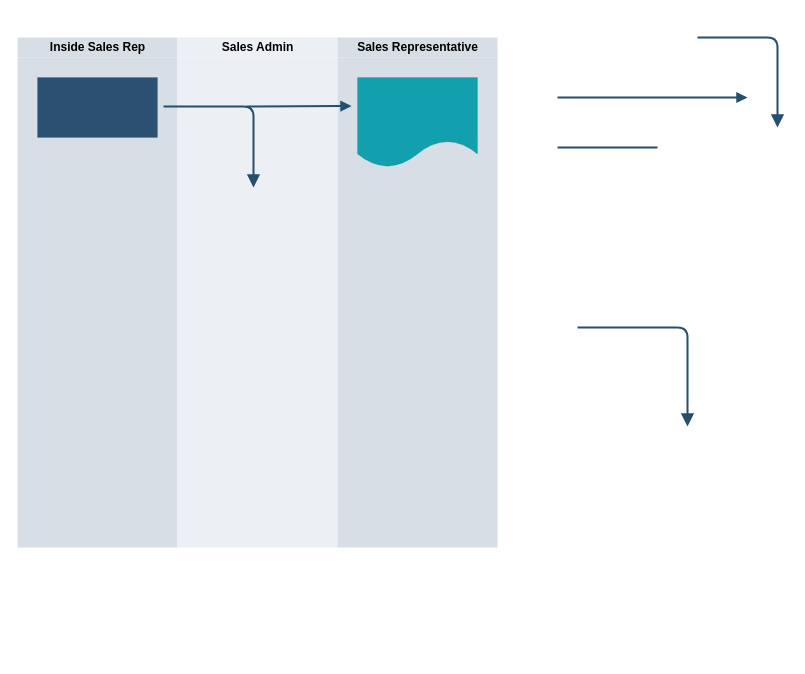
This is Untitled Diagram.drawio from faridulccr/calculator, a draw.io file, before an edit. Source tidied: cells renumbered, new cells numbered last; positions are measured from the earlier drawing's top-left corner, leaving out a move shared by most shapes. Both pictures are drawn from the tidied source at 100%, with x=0, y=0 at pixel (17, 17).
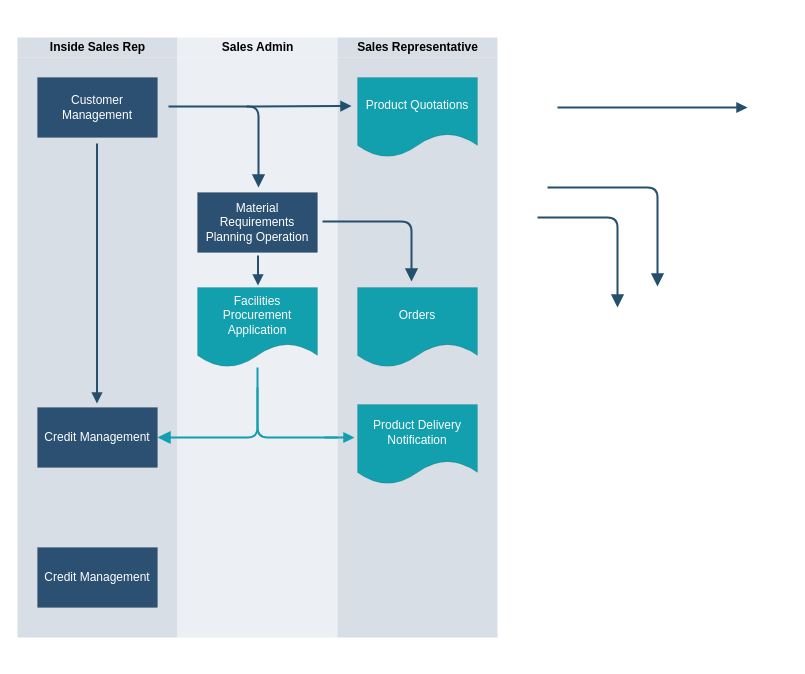
Above is the later version.

The edit, as a diff of the source:
```diff
@@
     <mxCell id="2" style="swimlane;startSize=20;html=1;fillColor=#fff;strokeWidth=0;strokeColor=none;" parent="1" vertex="1">
-      <mxGeometry width="480" height="530" as="geometry" />
+      <mxGeometry width="480" height="640" as="geometry" />
     </mxCell>
     <mxCell id="3" value="Inside Sales Rep" style="swimlane;startSize=20;html=1;fillColor=#D7DEE5;strokeWidth=0;strokeColor=none;" parent="2" vertex="1">
-      <mxGeometry y="20" width="160" height="510" as="geometry" />
+      <mxGeometry y="20" width="160" height="620" as="geometry" />
     </mxCell>
     <mxCell id="4" style="rounded=0;whiteSpace=wrap;html=1;fontFamily=Helvetica;fontSize=11;fontColor=default;strokeColor=none;fillColor=#D7DEE5;strokeWidth=0;" parent="3" vertex="1">
-      <mxGeometry y="20" width="160" height="490" as="geometry" />
+      <mxGeometry y="20" width="160" height="580" as="geometry" />
     </mxCell>
-    <mxCell id="5" style="rounded=0;whiteSpace=wrap;html=1;strokeWidth=0;perimeterSpacing=0;shadow=0;glass=0;imageWidth=20;fillColor=#2B5072;fillStyle=auto;" parent="3" vertex="1">
+    <mxCell id="5" value="&lt;font color=&quot;#ffffff&quot;&gt;Customer Management&lt;/font&gt;" style="rounded=0;whiteSpace=wrap;html=1;strokeWidth=0;perimeterSpacing=0;shadow=0;glass=0;imageWidth=20;fillColor=#2B5072;fillStyle=auto;" parent="3" vertex="1">
       <mxGeometry x="20" y="40" width="120" height="60" as="geometry" />
     </mxCell>
+    <mxCell id="17" value="&lt;font color=&quot;#ffffff&quot;&gt;Credit Management&lt;/font&gt;" style="rounded=0;whiteSpace=wrap;html=1;strokeWidth=0;perimeterSpacing=0;shadow=0;glass=0;imageWidth=20;fillColor=#2B5072;fillStyle=auto;" parent="3" vertex="1">
+      <mxGeometry x="20" y="370" width="120" height="60" as="geometry" />
+    </mxCell>
+    <mxCell id="18" value="&lt;font color=&quot;#ffffff&quot;&gt;Credit Management&lt;/font&gt;" style="rounded=0;whiteSpace=wrap;html=1;strokeWidth=0;perimeterSpacing=0;shadow=0;glass=0;imageWidth=20;fillColor=#2B5072;fillStyle=auto;" parent="3" vertex="1">
+      <mxGeometry x="20" y="510" width="120" height="60" as="geometry" />
+    </mxCell>
     <mxCell id="6" value="Sales Admin" style="swimlane;startSize=20;html=1;fillColor=#ECEFF4;strokeWidth=0;strokeColor=none;" parent="2" vertex="1">
-      <mxGeometry x="160" y="20" width="160" height="510" as="geometry" />
+      <mxGeometry x="160" y="20" width="160" height="620" as="geometry" />
     </mxCell>
     <mxCell id="7" style="rounded=0;whiteSpace=wrap;html=1;fontFamily=Helvetica;fontSize=11;fillColor=#ECEFF4;strokeColor=none;strokeWidth=0;" parent="6" vertex="1">
-      <mxGeometry y="20" width="160" height="490" as="geometry" />
+      <mxGeometry y="20" width="160" height="580" as="geometry" />
     </mxCell>
     <mxCell id="8" style="edgeStyle=segmentEdgeStyle;endArrow=none;html=1;endSize=8;startSize=8;labelBackgroundColor=default;strokeColor=#244F6D;strokeWidth=2;align=center;verticalAlign=middle;fontFamily=Helvetica;fontSize=11;fontColor=default;shape=connector;jumpStyle=none;rounded=1;endFill=0;startArrow=block;startFill=1;" parent="6" edge="1">
       <mxGeometry relative="1" as="geometry">
-        <mxPoint x="76" y="150" as="sourcePoint" />
-        <mxPoint x="-14" y="69" as="targetPoint" />
+        <mxPoint x="81" y="150" as="sourcePoint" />
+        <mxPoint x="-9" y="69" as="targetPoint" />
         <Array as="points">
-          <mxPoint x="76" y="69" />
+          <mxPoint x="81" y="69" />
         </Array>
       </mxGeometry>
     </mxCell>
+    <mxCell id="19" value="&lt;font color=&quot;#ffffff&quot;&gt;Material Requirements Planning Operation&lt;/font&gt;" style="rounded=0;whiteSpace=wrap;html=1;strokeWidth=0;perimeterSpacing=0;shadow=0;glass=0;imageWidth=20;fillColor=#2B5072;fillStyle=auto;" parent="6" vertex="1">
+      <mxGeometry x="20" y="155" width="120" height="60" as="geometry" />
+    </mxCell>
+    <mxCell id="20" value="&lt;font color=&quot;#ffffff&quot;&gt;Facilities Procurement&lt;br&gt;Application&lt;br&gt;&lt;/font&gt;" style="shape=document;whiteSpace=wrap;html=1;boundedLbl=1;strokeWidth=0;fillColor=#129FAE;" parent="6" vertex="1">
+      <mxGeometry x="20" y="250" width="120" height="80" as="geometry" />
+    </mxCell>
+    <mxCell id="21" style="edgeStyle=segmentEdgeStyle;endArrow=none;html=1;endSize=8;startSize=8;labelBackgroundColor=default;strokeColor=#129FAE;strokeWidth=2;align=center;verticalAlign=middle;fontFamily=Helvetica;fontSize=11;fontColor=default;shape=connector;jumpStyle=none;rounded=1;endFill=0;startArrow=block;startFill=1;" parent="6" edge="1">
+      <mxGeometry relative="1" as="geometry">
+        <mxPoint x="-20" y="400" as="sourcePoint" />
+        <mxPoint x="80" y="330" as="targetPoint" />
+        <Array as="points">
+          <mxPoint x="80" y="359" />
+          <mxPoint x="80" y="260" />
+        </Array>
+      </mxGeometry>
+    </mxCell>
+    <mxCell id="22" style="edgeStyle=segmentEdgeStyle;endArrow=block;html=1;endSize=8;startSize=8;labelBackgroundColor=default;strokeColor=#129FAE;strokeWidth=2;align=center;verticalAlign=middle;fontFamily=Helvetica;fontSize=11;fontColor=default;shape=connector;jumpStyle=none;rounded=1;endFill=1;startArrow=none;startFill=0;" parent="6" edge="1">
+      <mxGeometry relative="1" as="geometry">
+        <mxPoint x="80" y="350" as="sourcePoint" />
+        <mxPoint x="180" y="400" as="targetPoint" />
+        <Array as="points">
+          <mxPoint x="80" y="400" />
+        </Array>
+      </mxGeometry>
+    </mxCell>
     <mxCell id="9" value="Sales Representative" style="swimlane;startSize=20;html=1;strokeWidth=0;strokeColor=none;fillColor=#D7DEE5;" parent="2" vertex="1">
-      <mxGeometry x="320" y="20" width="160" height="510" as="geometry" />
+      <mxGeometry x="320" y="20" width="160" height="620" as="geometry" />
     </mxCell>
     <mxCell id="10" style="rounded=0;whiteSpace=wrap;html=1;fontFamily=Helvetica;fontSize=11;fontColor=default;strokeWidth=0;strokeColor=none;fillColor=#D7DEE5;" parent="9" vertex="1">
-      <mxGeometry y="20" width="160" height="490" as="geometry" />
+      <mxGeometry y="20" width="160" height="580" as="geometry" />
     </mxCell>
-    <mxCell id="11" style="shape=document;whiteSpace=wrap;html=1;boundedLbl=1;strokeWidth=0;fillColor=#129FAE;" parent="9" vertex="1">
-      <mxGeometry x="20" y="40" width="120" height="90" as="geometry" />
+    <mxCell id="11" value="&lt;font color=&quot;#ffffff&quot;&gt;Product Quotations&lt;/font&gt;" style="shape=document;whiteSpace=wrap;html=1;boundedLbl=1;strokeWidth=0;fillColor=#129FAE;" parent="9" vertex="1">
+      <mxGeometry x="20" y="40" width="120" height="80" as="geometry" />
     </mxCell>
+    <mxCell id="23" value="&lt;font color=&quot;#ffffff&quot;&gt;Orders&lt;/font&gt;" style="shape=document;whiteSpace=wrap;html=1;boundedLbl=1;strokeWidth=0;fillColor=#129FAE;align=center;" parent="9" vertex="1">
+      <mxGeometry x="20" y="250" width="120" height="80" as="geometry" />
+    </mxCell>
     <mxCell id="12" style="edgeStyle=segmentEdgeStyle;endArrow=none;html=1;endSize=8;startSize=8;labelBackgroundColor=default;strokeColor=#244F6D;strokeWidth=2;align=center;verticalAlign=middle;fontFamily=Helvetica;fontSize=11;fontColor=default;shape=connector;jumpStyle=none;rounded=1;endFill=0;startArrow=block;startFill=1;" parent="1" edge="1">
       <mxGeometry relative="1" as="geometry">
-        <mxPoint x="670" y="409" as="sourcePoint" />
-        <mxPoint x="560" y="310" as="targetPoint" />
+        <mxPoint x="640" y="269" as="sourcePoint" />
+        <mxPoint x="530" y="170" as="targetPoint" />
         <Array as="points">
-          <mxPoint x="670" y="409" />
-          <mxPoint x="670" y="310" />
+          <mxPoint x="640" y="269" />
+          <mxPoint x="640" y="170" />
         </Array>
       </mxGeometry>
     </mxCell>
     <mxCell id="13" style="edgeStyle=segmentEdgeStyle;endArrow=none;html=1;endSize=8;startSize=8;labelBackgroundColor=default;strokeColor=#244F6D;strokeWidth=2;align=center;verticalAlign=middle;fontFamily=Helvetica;fontSize=11;fontColor=default;shape=connector;jumpStyle=none;rounded=1;endFill=0;startArrow=block;startFill=1;" parent="1" edge="1">
       <mxGeometry relative="1" as="geometry">
-        <mxPoint x="760" y="110" as="sourcePoint" />
-        <mxPoint x="680" y="20" as="targetPoint" />
+        <mxPoint x="600" y="290" as="sourcePoint" />
+        <mxPoint x="520" y="200" as="targetPoint" />
         <Array as="points">
-          <mxPoint x="760" y="20" />
+          <mxPoint x="600" y="200" />
         </Array>
       </mxGeometry>
     </mxCell>
     <mxCell id="14" style="endArrow=block;html=1;rounded=0;labelBackgroundColor=default;strokeColor=#244F6D;strokeWidth=2;align=center;verticalAlign=middle;fontFamily=Helvetica;fontSize=11;fontColor=default;shape=connector;jumpStyle=none;endFill=1;" parent="1" edge="1">
       <mxGeometry relative="1" as="geometry">
-        <mxPoint x="540" y="80" as="sourcePoint" />
-        <mxPoint x="730" y="80" as="targetPoint" />
+        <mxPoint x="540" y="90" as="sourcePoint" />
+        <mxPoint x="730" y="90" as="targetPoint" />
       </mxGeometry>
     </mxCell>
+    <mxCell id="16" style="endArrow=block;html=1;rounded=0;labelBackgroundColor=default;strokeColor=#244F6D;strokeWidth=2;align=center;verticalAlign=middle;fontFamily=Helvetica;fontSize=11;fontColor=default;shape=connector;jumpStyle=none;endFill=1;" parent="1" edge="1">
+      <mxGeometry relative="1" as="geometry">
+        <mxPoint x="229" y="89" as="sourcePoint" />
+        <mxPoint x="334" y="88.5" as="targetPoint" />
+      </mxGeometry>
+    </mxCell>
+    <mxCell id="24" style="endArrow=block;html=1;rounded=0;labelBackgroundColor=default;strokeColor=#244F6D;strokeWidth=2;align=center;verticalAlign=middle;fontFamily=Helvetica;fontSize=11;fontColor=default;shape=connector;jumpStyle=none;endFill=1;" parent="1" edge="1">
+      <mxGeometry relative="1" as="geometry">
+        <mxPoint x="240.5" y="238" as="sourcePoint" />
+        <mxPoint x="240.5" y="268" as="targetPoint" />
+        <Array as="points">
+          <mxPoint x="240.5" y="248" />
+        </Array>
+      </mxGeometry>
+    </mxCell>
+    <mxCell id="25" style="edgeStyle=segmentEdgeStyle;endArrow=none;html=1;endSize=8;startSize=8;labelBackgroundColor=default;strokeColor=#244F6D;strokeWidth=2;align=center;verticalAlign=middle;fontFamily=Helvetica;fontSize=11;fontColor=default;shape=connector;jumpStyle=none;rounded=1;endFill=0;startArrow=block;startFill=1;" parent="1" edge="1">
+      <mxGeometry relative="1" as="geometry">
+        <mxPoint x="394" y="264" as="sourcePoint" />
+        <mxPoint x="305" y="204" as="targetPoint" />
+        <Array as="points">
+          <mxPoint x="394" y="204" />
+        </Array>
+      </mxGeometry>
+    </mxCell>
+    <mxCell id="26" style="endArrow=block;html=1;rounded=0;labelBackgroundColor=default;strokeColor=#244F6D;strokeWidth=2;align=center;verticalAlign=middle;fontFamily=Helvetica;fontSize=11;fontColor=default;shape=connector;jumpStyle=none;endFill=1;" parent="1" edge="1">
+      <mxGeometry relative="1" as="geometry">
+        <mxPoint x="79.5" y="126" as="sourcePoint" />
+        <mxPoint x="79.5" y="386" as="targetPoint" />
+      </mxGeometry>
+    </mxCell>
-    <mxCell id="15" style="endArrow=none;html=1;rounded=0;labelBackgroundColor=default;strokeColor=#244F6D;strokeWidth=2;align=center;verticalAlign=middle;fontFamily=Helvetica;fontSize=11;fontColor=default;shape=connector;jumpStyle=none;" parent="1" edge="1">
+    <mxCell id="15" style="endArrow=block;html=1;rounded=0;labelBackgroundColor=default;strokeColor=#129FAE;strokeWidth=2;align=center;verticalAlign=middle;fontFamily=Helvetica;fontSize=11;fontColor=default;shape=connector;jumpStyle=none;endFill=1;" parent="1" edge="1">
       <mxGeometry relative="1" as="geometry">
-        <mxPoint x="540" y="130" as="sourcePoint" />
-        <mxPoint x="640" y="130" as="targetPoint" />
+        <mxPoint x="307" y="420" as="sourcePoint" />
+        <mxPoint x="337" y="420" as="targetPoint" />
       </mxGeometry>
     </mxCell>
-    <mxCell id="16" style="endArrow=block;html=1;rounded=0;labelBackgroundColor=default;strokeColor=#244F6D;strokeWidth=2;align=center;verticalAlign=middle;fontFamily=Helvetica;fontSize=11;fontColor=default;shape=connector;jumpStyle=none;endFill=1;" parent="1" edge="1">
-      <mxGeometry relative="1" as="geometry">
-        <mxPoint x="229" y="89" as="sourcePoint" />
-        <mxPoint x="334" y="88.5" as="targetPoint" />
-      </mxGeometry>
-    </mxCell>
+    <mxCell id="27" value="&lt;font color=&quot;#ffffff&quot;&gt;Product Delivery Notification&lt;/font&gt;" style="shape=document;whiteSpace=wrap;html=1;boundedLbl=1;strokeWidth=0;fillColor=#129FAE;align=center;" parent="1" vertex="1">
+      <mxGeometry x="340" y="387" width="120" height="80" as="geometry" />
+    </mxCell>
```
